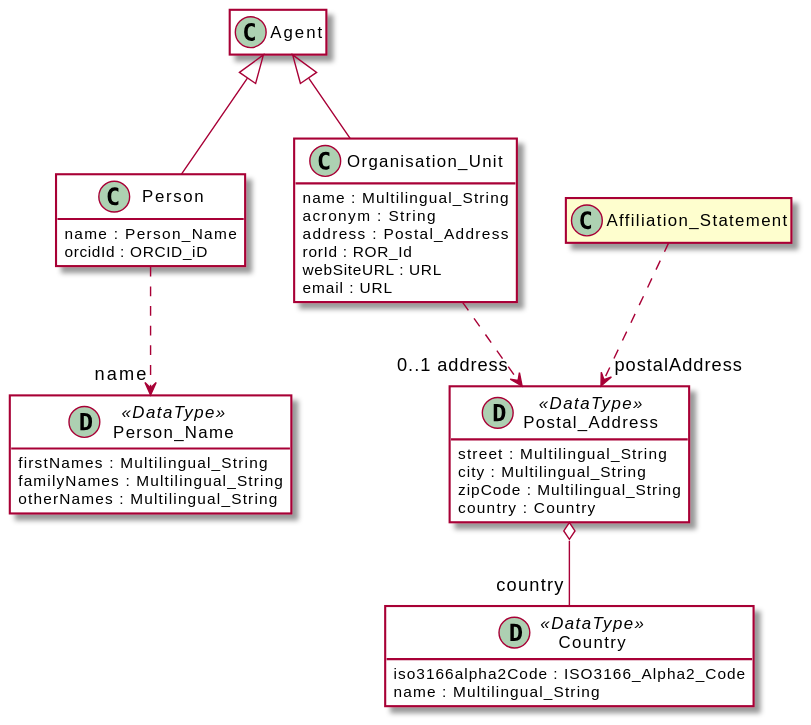
Before: diagrams/agent.svg, a diagram exported from PlantUML (EuroCRIS/CERIF-Core).
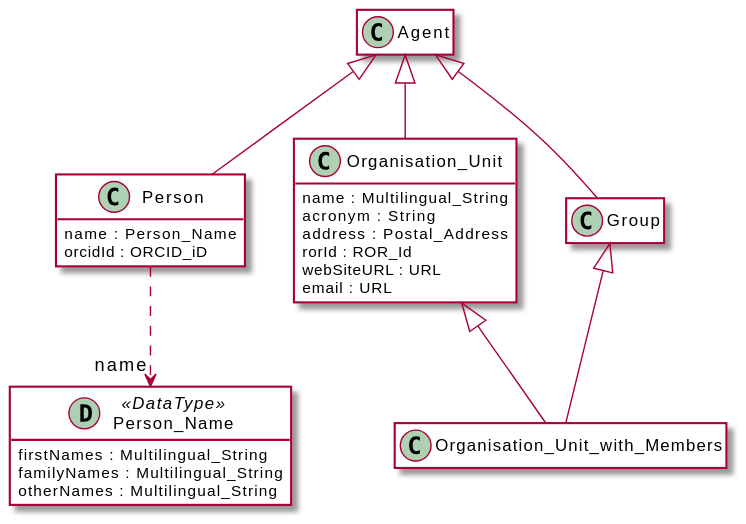
After the commit.

Commit message:
:rocket: adding generated diagrams

Diff of the diagram source:
```diff
@@ -4,6 +4,7 @@
     !includesub core.puml!Agent
     !includesub core.puml!Person
     !includesub core.puml!OrgUnit
-    !includesub core.puml!PostalAddress
+    !includesub core.puml!Group
+    !includesub core.puml!OrgUnitWithMembers
 
 @enduml
```
